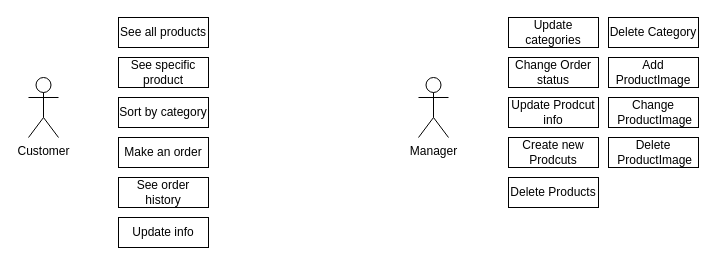
Above: FoskuUseCases.drawio in MaxUnlimited101/fosku (draw.io), before the change. Source tidied: cells renumbered, new cells numbered last; positions are measured from the earlier drawing's top-left corner, leaving out a move shared by most shapes. Both pictures are drawn from the tidied source at 100%, with x=0, y=0 at pixel (28, 17).
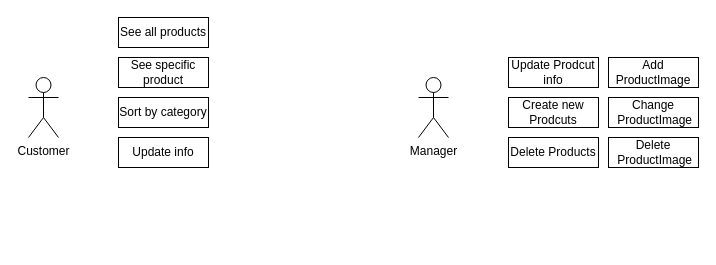
Above is the later version.

What changed in the source:
```diff
@@
 <mxGraphModel>
   <root>
     <mxCell id="0" />
     <mxCell id="1" parent="0" />
     <mxCell id="2" value="Customer" style="shape=umlActor;verticalLabelPosition=bottom;verticalAlign=top;html=1;" parent="1" vertex="1">
       <mxGeometry y="60" width="30" height="60" as="geometry" />
     </mxCell>
     <mxCell id="3" value="Manager" style="shape=umlActor;verticalLabelPosition=bottom;verticalAlign=top;html=1;" parent="1" vertex="1">
       <mxGeometry x="390" y="60" width="30" height="60" as="geometry" />
     </mxCell>
     <mxCell id="4" value="See all products" style="rounded=0;whiteSpace=wrap;html=1;" parent="1" vertex="1">
       <mxGeometry x="90" width="90" height="30" as="geometry" />
     </mxCell>
     <mxCell id="5" value="See specific product" style="rounded=0;whiteSpace=wrap;html=1;" parent="1" vertex="1">
       <mxGeometry x="90" y="40" width="90" height="30" as="geometry" />
     </mxCell>
     <mxCell id="6" value="Sort by category" style="rounded=0;whiteSpace=wrap;html=1;" parent="1" vertex="1">
       <mxGeometry x="90" y="80" width="90" height="30" as="geometry" />
     </mxCell>
-    <mxCell id="7" value="Make an order" style="rounded=0;whiteSpace=wrap;html=1;" parent="1" vertex="1">
-      <mxGeometry x="90" y="120" width="90" height="30" as="geometry" />
-    </mxCell>
-    <mxCell id="8" value="See order history" style="rounded=0;whiteSpace=wrap;html=1;" parent="1" vertex="1">
-      <mxGeometry x="90" y="160" width="90" height="30" as="geometry" />
-    </mxCell>
     <mxCell id="9" value="Update info" style="rounded=0;whiteSpace=wrap;html=1;" parent="1" vertex="1">
-      <mxGeometry x="90" y="200" width="90" height="30" as="geometry" />
+      <mxGeometry x="90" y="120" width="90" height="30" as="geometry" />
     </mxCell>
-    <mxCell id="10" value="Update categories" style="rounded=0;whiteSpace=wrap;html=1;" parent="1" vertex="1">
-      <mxGeometry x="480" width="90" height="30" as="geometry" />
-    </mxCell>
-    <mxCell id="11" value="Change Order status" style="rounded=0;whiteSpace=wrap;html=1;" parent="1" vertex="1">
-      <mxGeometry x="480" y="40" width="90" height="30" as="geometry" />
-    </mxCell>
     <mxCell id="12" value="Update Prodcut info" style="rounded=0;whiteSpace=wrap;html=1;" parent="1" vertex="1">
-      <mxGeometry x="480" y="80" width="90" height="30" as="geometry" />
+      <mxGeometry x="480" y="40" width="90" height="30" as="geometry" />
     </mxCell>
     <mxCell id="13" value="Create new Prodcuts" style="rounded=0;whiteSpace=wrap;html=1;" parent="1" vertex="1">
-      <mxGeometry x="480" y="120" width="90" height="30" as="geometry" />
+      <mxGeometry x="480" y="80" width="90" height="30" as="geometry" />
     </mxCell>
     <mxCell id="14" value="Delete Products" style="rounded=0;whiteSpace=wrap;html=1;" parent="1" vertex="1">
-      <mxGeometry x="480" y="160" width="90" height="30" as="geometry" />
+      <mxGeometry x="480" y="120" width="90" height="30" as="geometry" />
     </mxCell>
-    <mxCell id="15" value="Delete Category" style="rounded=0;whiteSpace=wrap;html=1;" parent="1" vertex="1">
-      <mxGeometry x="580" width="90" height="30" as="geometry" />
-    </mxCell>
     <mxCell id="16" value="Add ProductImage" style="rounded=0;whiteSpace=wrap;html=1;" parent="1" vertex="1">
       <mxGeometry x="580" y="40" width="90" height="30" as="geometry" />
     </mxCell>
     <mxCell id="17" value="Change&lt;div&gt;&amp;nbsp;ProductImage&lt;/div&gt;" style="rounded=0;whiteSpace=wrap;html=1;" parent="1" vertex="1">
       <mxGeometry x="580" y="80" width="90" height="30" as="geometry" />
     </mxCell>
     <mxCell id="18" value="Delete&lt;br&gt;&lt;div&gt;&amp;nbsp;ProductImage&lt;/div&gt;" style="rounded=0;whiteSpace=wrap;html=1;" parent="1" vertex="1">
       <mxGeometry x="580" y="120" width="90" height="30" as="geometry" />
     </mxCell>
   </root>
 </mxGraphModel>
```
